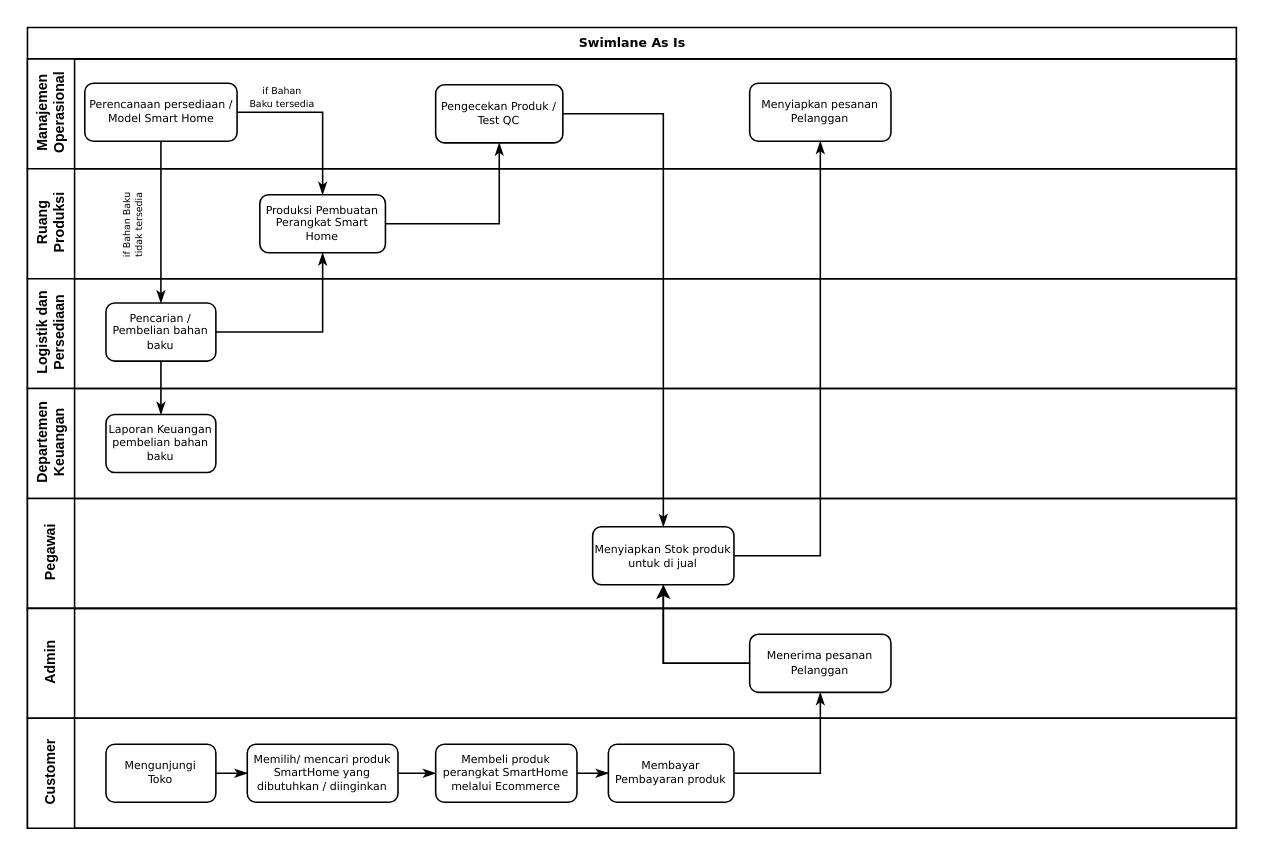
Earlier version of the draw.io diagram Diagram Tanpa Judul.drawio (AzfaHuwaiza/swimlane). Source tidied: cells renumbered, new cells numbered last; positions are measured from the earlier drawing's top-left corner, leaving out a move shared by most shapes. Both pictures are drawn from the tidied source at 157%, with x=0, y=0 at pixel (27, 27).
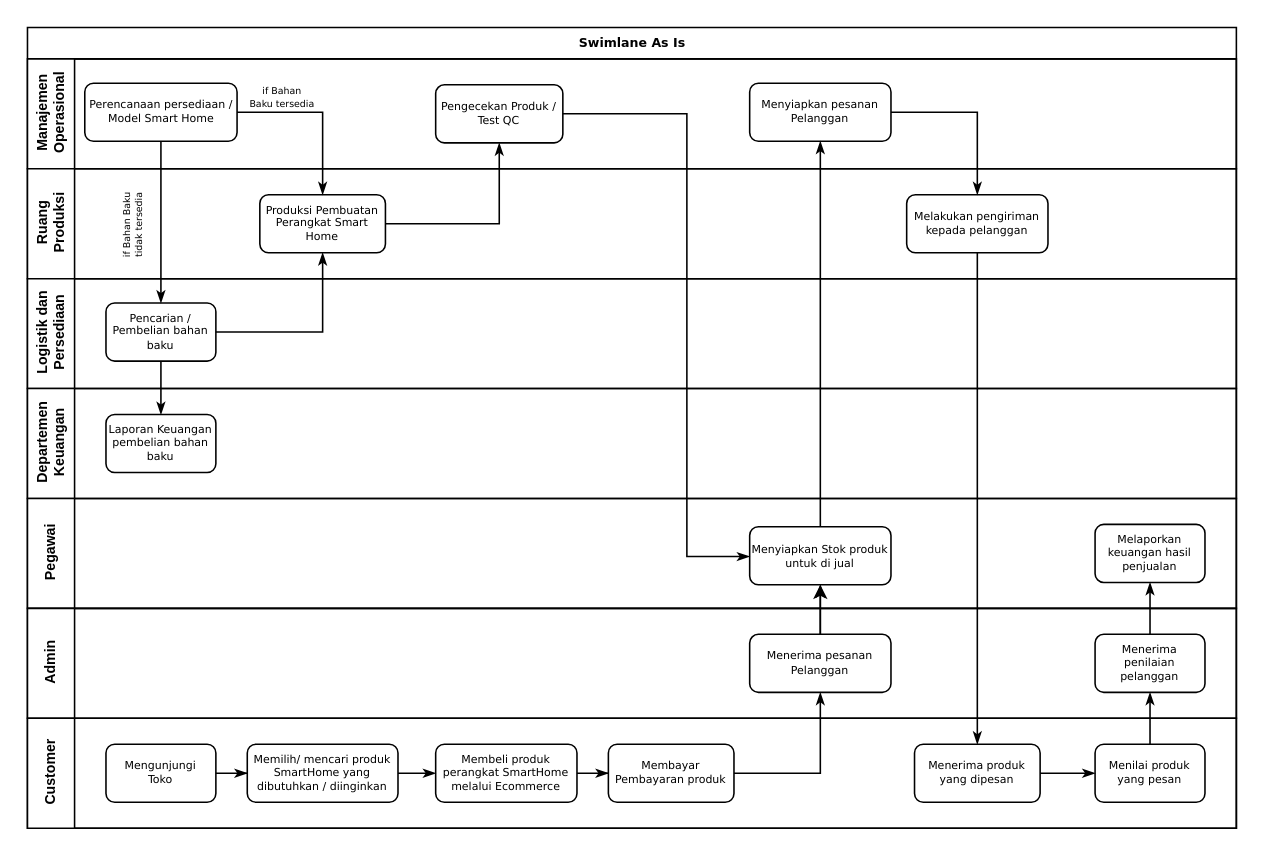
After the change.

Unchanged cells that the change refers to:
```xml
<mxCell id="2" value="Swimlane As Is" style="swimlane;html=1;horizontal=1;startSize=20;rounded=0;shadow=0;labelBackgroundColor=none;strokeWidth=1;fontFamily=Verdana;fontSize=8;align=center;" parent="1" vertex="1">
  <mxGeometry width="770" height="510" as="geometry" />
</mxCell>
<mxCell id="5" value="Pengecekan Produk / Test QC" style="rounded=1;whiteSpace=wrap;html=1;shadow=0;labelBackgroundColor=none;strokeWidth=1;fontFamily=Verdana;fontSize=7;align=center;" parent="3" vertex="1">
  <mxGeometry x="260" y="16.5" width="81" height="37" as="geometry" />
</mxCell>
<mxCell id="6" value="Menyiapkan pesanan Pelanggan" style="rounded=1;whiteSpace=wrap;html=1;shadow=0;labelBackgroundColor=none;strokeWidth=1;fontFamily=Verdana;fontSize=7;align=center;" parent="3" vertex="1">
  <mxGeometry x="460" y="15.5" width="90" height="37" as="geometry" />
</mxCell>
<mxCell id="7" value="Ruang&lt;br style=&quot;font-size: 9px;&quot;&gt;Produksi" style="swimlane;html=1;startSize=30;horizontal=0;fontSize=9;" parent="2" vertex="1">
  <mxGeometry y="90" width="770" height="70" as="geometry" />
</mxCell>
<mxCell id="13" value="Pegawai" style="swimlane;html=1;startSize=30;horizontal=0;fontSize=9;" parent="2" vertex="1">
  <mxGeometry y="300" width="770" height="70" as="geometry" />
</mxCell>
<mxCell id="20" value="Admin" style="swimlane;html=1;startSize=30;horizontal=0;fontSize=9;" parent="2" vertex="1">
  <mxGeometry y="370" width="770" height="70" as="geometry" />
</mxCell>
<mxCell id="21" value="Menerima pesanan Pelanggan" style="rounded=1;whiteSpace=wrap;html=1;shadow=0;labelBackgroundColor=none;strokeWidth=1;fontFamily=Verdana;fontSize=7;align=center;" parent="20" vertex="1">
  <mxGeometry x="460" y="16.5" width="90" height="37" as="geometry" />
</mxCell>
<mxCell id="22" value="Customer" style="swimlane;html=1;startSize=30;horizontal=0;fontSize=9;" parent="2" vertex="1">
  <mxGeometry y="440" width="770" height="70" as="geometry" />
</mxCell>
<mxCell id="28" value="Membayar Pembayaran produk" style="rounded=1;whiteSpace=wrap;html=1;shadow=0;labelBackgroundColor=none;strokeWidth=1;fontFamily=Verdana;fontSize=7;align=center;" parent="22" vertex="1">
  <mxGeometry x="370" y="16.5" width="80" height="37" as="geometry" />
</mxCell>
```

Change to the diagram source:
```diff
@@
+    <mxCell id="35" value="Melakukan pengiriman kepada pelanggan" style="rounded=1;whiteSpace=wrap;html=1;shadow=0;labelBackgroundColor=none;strokeWidth=1;fontFamily=Verdana;fontSize=7;align=center;" parent="7" vertex="1">
+      <mxGeometry x="560" y="16.5" width="90" height="37" as="geometry" />
+    </mxCell>
@@
     <mxCell id="14" value="Menyiapkan Stok produk untuk di jual" style="rounded=1;whiteSpace=wrap;html=1;shadow=0;labelBackgroundColor=none;strokeWidth=1;fontFamily=Verdana;fontSize=7;align=center;" parent="13" vertex="1">
-      <mxGeometry x="360" y="18" width="90" height="37" as="geometry" />
+      <mxGeometry x="460" y="18" width="90" height="37" as="geometry" />
     </mxCell>
+    <mxCell id="36" value="Melaporkan keuangan hasil penjualan" style="rounded=1;whiteSpace=wrap;html=1;shadow=0;labelBackgroundColor=none;strokeWidth=1;fontFamily=Verdana;fontSize=7;align=center;" parent="13" vertex="1">
+      <mxGeometry x="680" y="16.5" width="70" height="37" as="geometry" />
+    </mxCell>
@@
+    <mxCell id="37" value="Menerima penilaian pelanggan" style="rounded=1;whiteSpace=wrap;html=1;shadow=0;labelBackgroundColor=none;strokeWidth=1;fontFamily=Verdana;fontSize=7;align=center;" parent="20" vertex="1">
+      <mxGeometry x="680" y="16.5" width="70" height="37" as="geometry" />
+    </mxCell>
@@
+    <mxCell id="38" value="Menerima produk yang dipesan" style="rounded=1;whiteSpace=wrap;html=1;shadow=0;labelBackgroundColor=none;strokeWidth=1;fontFamily=Verdana;fontSize=7;align=center;" parent="22" vertex="1">
+      <mxGeometry x="565" y="16.5" width="80" height="37" as="geometry" />
+    </mxCell>
+    <mxCell id="39" value="Menilai produk yang pesan" style="rounded=1;whiteSpace=wrap;html=1;shadow=0;labelBackgroundColor=none;strokeWidth=1;fontFamily=Verdana;fontSize=7;align=center;" parent="22" vertex="1">
+      <mxGeometry x="680" y="16.5" width="70" height="37" as="geometry" />
+    </mxCell>
+    <mxCell id="40" style="edgeStyle=orthogonalEdgeStyle;rounded=0;html=1;labelBackgroundColor=none;startArrow=none;startFill=0;startSize=5;endArrow=classicThin;endFill=1;endSize=5;jettySize=auto;strokeWidth=1;fontFamily=Verdana;fontSize=6;verticalAlign=middle;horizontal=0;" parent="22" edge="1" source="38" target="39">
+      <mxGeometry relative="1" as="geometry" />
+    </mxCell>
     <mxCell id="30" style="edgeStyle=orthogonalEdgeStyle;rounded=0;html=1;labelBackgroundColor=none;startArrow=none;startFill=0;startSize=5;endArrow=classicThin;endFill=1;endSize=5;jettySize=auto;strokeWidth=1;fontFamily=Verdana;fontSize=6;verticalAlign=middle;horizontal=0;" parent="2" edge="1" source="5" target="14">
-      <mxGeometry x="0.04" y="-19" relative="1" as="geometry" />
+      <mxGeometry x="0.04" y="-19" relative="1" as="geometry">
+        <Array as="points">
+          <mxPoint x="420" y="55" />
+          <mxPoint x="420" y="337" />
+        </Array>
+      </mxGeometry>
     </mxCell>
@@
     <mxCell id="33" style="edgeStyle=orthogonalEdgeStyle;rounded=0;html=1;labelBackgroundColor=none;startArrow=none;startFill=0;startSize=5;endArrow=classicThin;endFill=1;endSize=5;jettySize=auto;strokeWidth=1;fontFamily=Verdana;fontSize=6;verticalAlign=middle;horizontal=0;" parent="2" edge="1" source="28" target="21">
-      <mxGeometry relative="1" as="geometry" />
+      <mxGeometry relative="1" as="geometry">
+        <Array as="points">
+          <mxPoint x="505" y="475" />
+        </Array>
+      </mxGeometry>
     </mxCell>
@@
+    <mxCell id="41" style="edgeStyle=orthogonalEdgeStyle;rounded=0;html=1;labelBackgroundColor=none;startArrow=none;startFill=0;startSize=5;endArrow=classicThin;endFill=1;endSize=5;jettySize=auto;strokeWidth=1;fontFamily=Verdana;fontSize=6;verticalAlign=middle;horizontal=0;" parent="2" edge="1" source="6" target="35">
+      <mxGeometry relative="1" as="geometry" />
+    </mxCell>
+    <mxCell id="42" style="edgeStyle=orthogonalEdgeStyle;rounded=0;html=1;labelBackgroundColor=none;startArrow=none;startFill=0;startSize=5;endArrow=classicThin;endFill=1;endSize=5;jettySize=auto;strokeWidth=1;fontFamily=Verdana;fontSize=6;verticalAlign=middle;horizontal=0;" parent="2" edge="1" source="35" target="38">
+      <mxGeometry relative="1" as="geometry" />
+    </mxCell>
+    <mxCell id="43" style="edgeStyle=orthogonalEdgeStyle;rounded=0;html=1;labelBackgroundColor=none;startArrow=none;startFill=0;startSize=5;endArrow=classicThin;endFill=1;endSize=5;jettySize=auto;strokeWidth=1;fontFamily=Verdana;fontSize=6;verticalAlign=middle;horizontal=0;" parent="2" edge="1" source="39" target="37">
+      <mxGeometry relative="1" as="geometry" />
+    </mxCell>
+    <mxCell id="44" style="edgeStyle=orthogonalEdgeStyle;rounded=0;html=1;labelBackgroundColor=none;startArrow=none;startFill=0;startSize=5;endArrow=classicThin;endFill=1;endSize=5;jettySize=auto;strokeWidth=1;fontFamily=Verdana;fontSize=6;verticalAlign=middle;horizontal=0;" parent="2" edge="1" source="37" target="36">
+      <mxGeometry relative="1" as="geometry" />
+    </mxCell>
```
